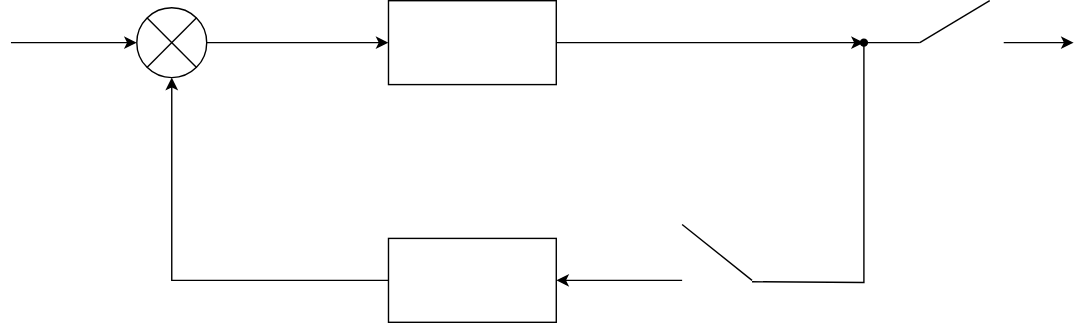
The draw.io diagram Quizs(Recall_Version)/Quiz1_DT.drawio.svg in yzmyyds/NTU_EE6203, before a commit. Source tidied: cells renumbered, new cells last; positions are measured from the earlier drawing's top-left corner, leaving out a move shared by most shapes.
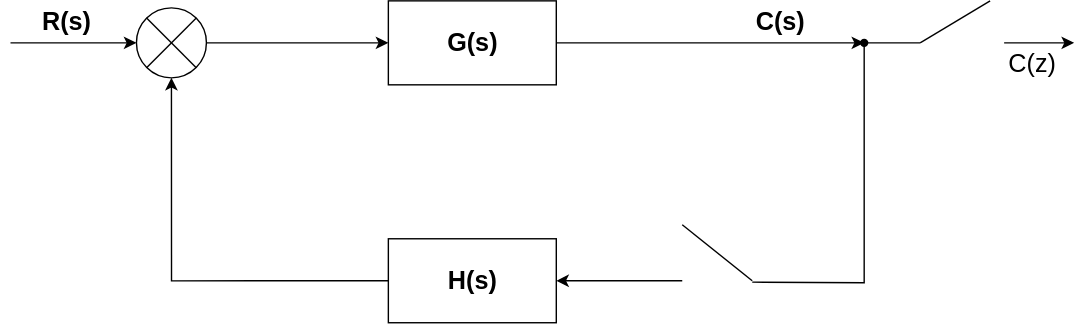
Above is the later version.

The edit, as a diff of the source:
```diff
@@ -67,5 +67,20 @@
         <mxPoint x="760" y="30" as="targetPoint" />
       </mxGeometry>
     </mxCell>
+    <mxCell id="17" value="&lt;b&gt;&lt;font style=&quot;font-size: 18px;&quot;&gt;R(s)&lt;/font&gt;&lt;/b&gt;" style="text;html=1;align=center;verticalAlign=middle;whiteSpace=wrap;rounded=0;" parent="1" vertex="1">
+      <mxGeometry x="10" width="60" height="30" as="geometry" />
+    </mxCell>
+    <mxCell id="18" value="&lt;b&gt;&lt;font style=&quot;font-size: 18px;&quot;&gt;G(s)&lt;/font&gt;&lt;/b&gt;" style="text;html=1;align=center;verticalAlign=middle;whiteSpace=wrap;rounded=0;" parent="1" vertex="1">
+      <mxGeometry x="300" y="15" width="60" height="30" as="geometry" />
+    </mxCell>
+    <mxCell id="19" value="&lt;b&gt;&lt;font style=&quot;font-size: 18px;&quot;&gt;H(s)&lt;/font&gt;&lt;/b&gt;" style="text;html=1;align=center;verticalAlign=middle;whiteSpace=wrap;rounded=0;" parent="1" vertex="1">
+      <mxGeometry x="300" y="185" width="60" height="30" as="geometry" />
+    </mxCell>
+    <mxCell id="20" value="&lt;b&gt;&lt;font style=&quot;font-size: 18px;&quot;&gt;C(s)&lt;/font&gt;&lt;/b&gt;" style="text;html=1;align=center;verticalAlign=middle;whiteSpace=wrap;rounded=0;" parent="1" vertex="1">
+      <mxGeometry x="520" width="60" height="30" as="geometry" />
+    </mxCell>
+    <mxCell id="21" value="&lt;font style=&quot;font-size: 18px;&quot;&gt;C(z)&lt;/font&gt;" style="text;html=1;align=center;verticalAlign=middle;whiteSpace=wrap;rounded=0;" parent="1" vertex="1">
+      <mxGeometry x="700" y="30" width="60" height="30" as="geometry" />
+    </mxCell>
   </root>
 </mxGraphModel>
```
